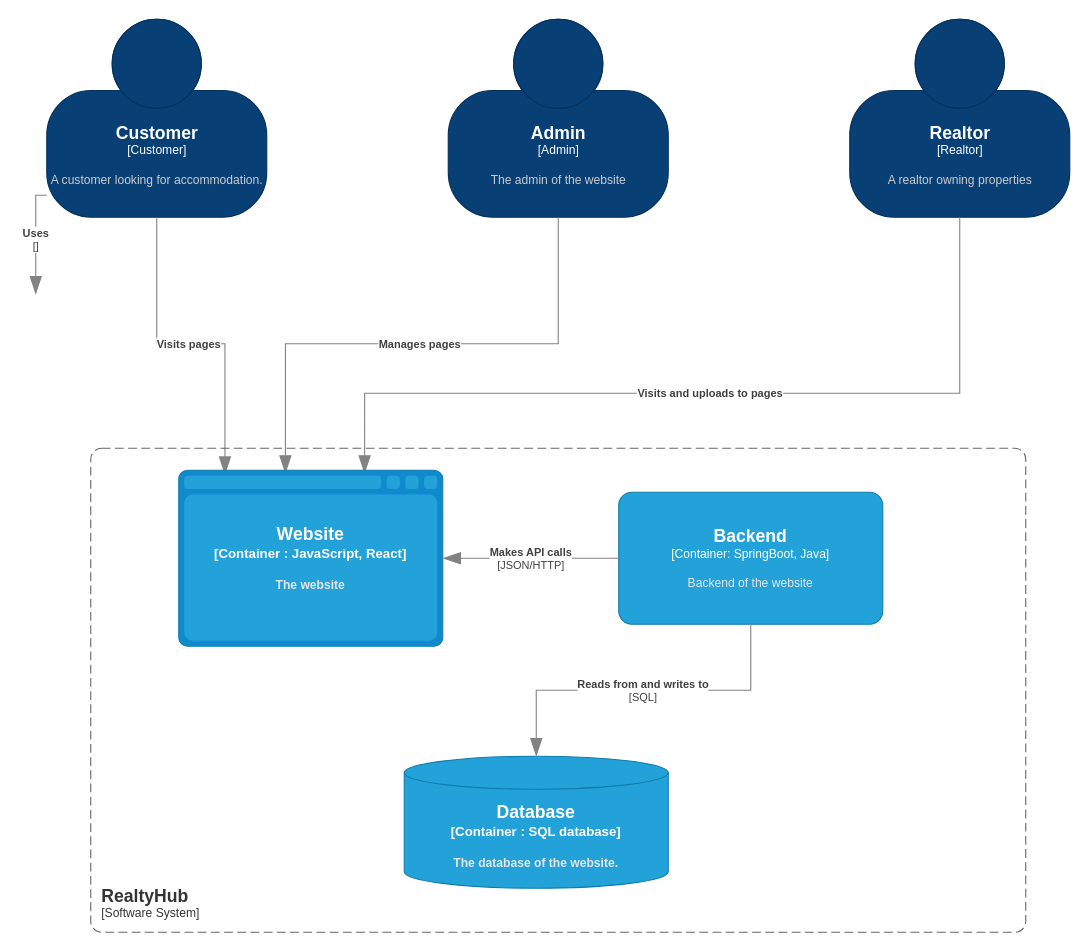
Before: page "C2" (2 of 4) of RealtyHub/Documentation/Software Architectual Diagram.drawio in skoomer01/realty-hub, a draw.io diagram. Source tidied: cells renumbered, new cells numbered last; positions are measured from the earlier drawing's top-left corner, leaving out a move shared by most shapes. Both pictures are drawn from the tidied source at 110%, with x=0, y=0 at pixel (35, 19).
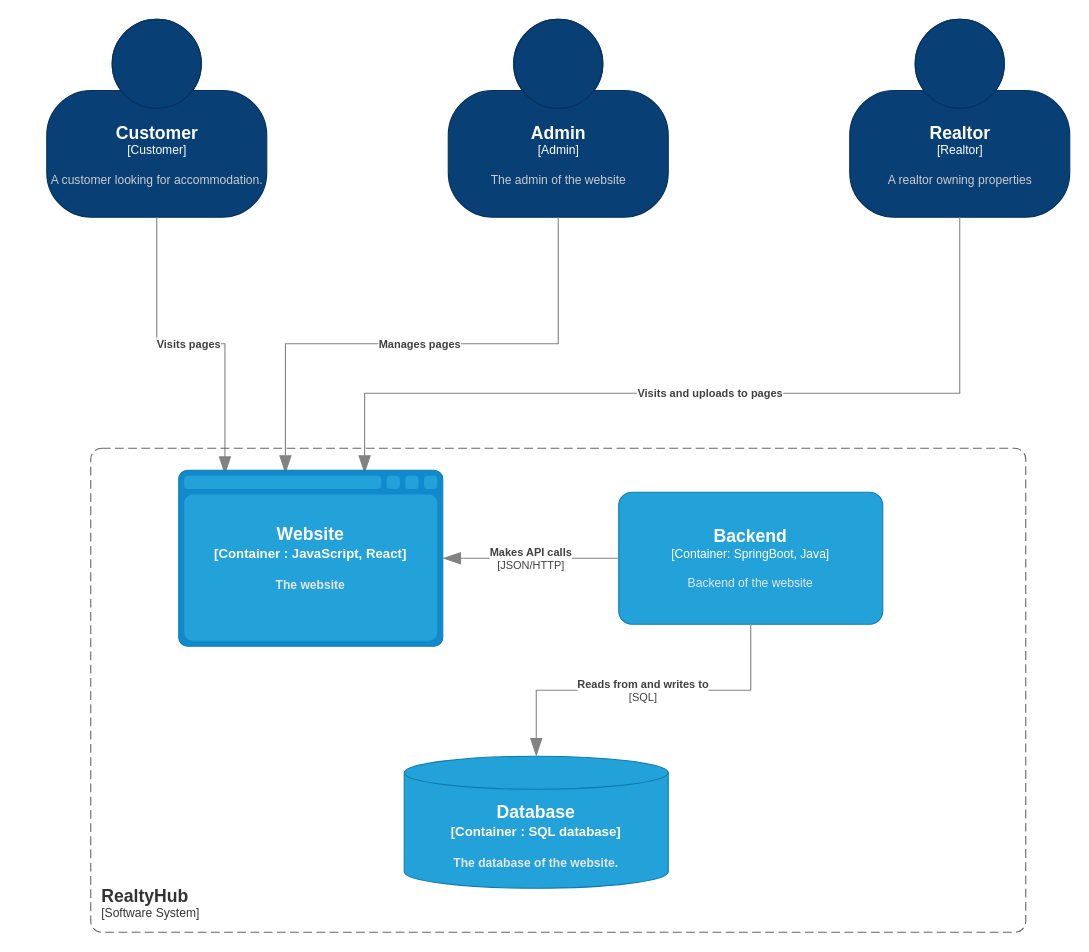
Above is the later version.

Change to the diagram source:
```diff
@@
-    <object id="14" label="&lt;div style=&quot;text-align: left&quot;&gt;&lt;div style=&quot;text-align: center&quot;&gt;&lt;b&gt;%c4Description%&lt;/b&gt;&lt;/div&gt;&lt;div style=&quot;text-align: center&quot;&gt;[%c4Technology%]&lt;/div&gt;&lt;/div&gt;" c4Description="Uses" c4Technology="" placeholders="1">
-      <mxCell style="endArrow=blockThin;html=1;fontSize=10;fontColor=#404040;strokeWidth=1;endFill=1;strokeColor=#828282;elbow=vertical;endSize=14;startSize=14;jumpStyle=arc;jumpSize=16;rounded=0;edgeStyle=orthogonalEdgeStyle;entryX=0.5;entryY=0;entryDx=0;entryDy=0;entryPerimeter=0;exitX=0.5;exitY=1;exitDx=0;exitDy=0;exitPerimeter=0;" parent="1" edge="1">
-        <mxGeometry relative="1" as="geometry">
-          <mxPoint x="10" y="160" as="sourcePoint" />
-          <mxPoint y="250" as="targetPoint" />
-          <Array as="points">
-            <mxPoint y="160" />
-          </Array>
-        </mxGeometry>
-      </mxCell>
-    </object>
```
